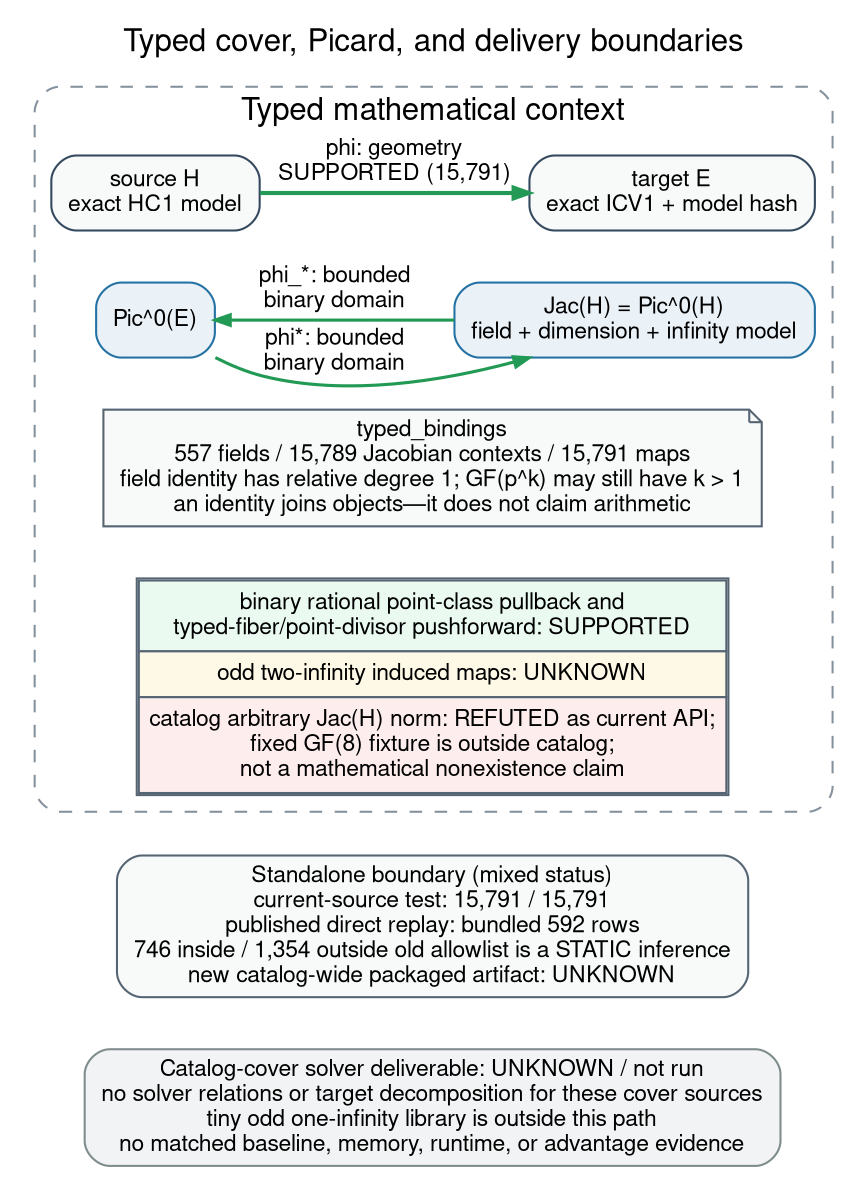
Above: research/cover_transfer_assessment_20261013/typed_transfer_context.png in isogeny-labs/crypto (Graphviz), before the change. Its source is kept beside it as research/cover_transfer_assessment_20261013/typed_transfer_context.dot.
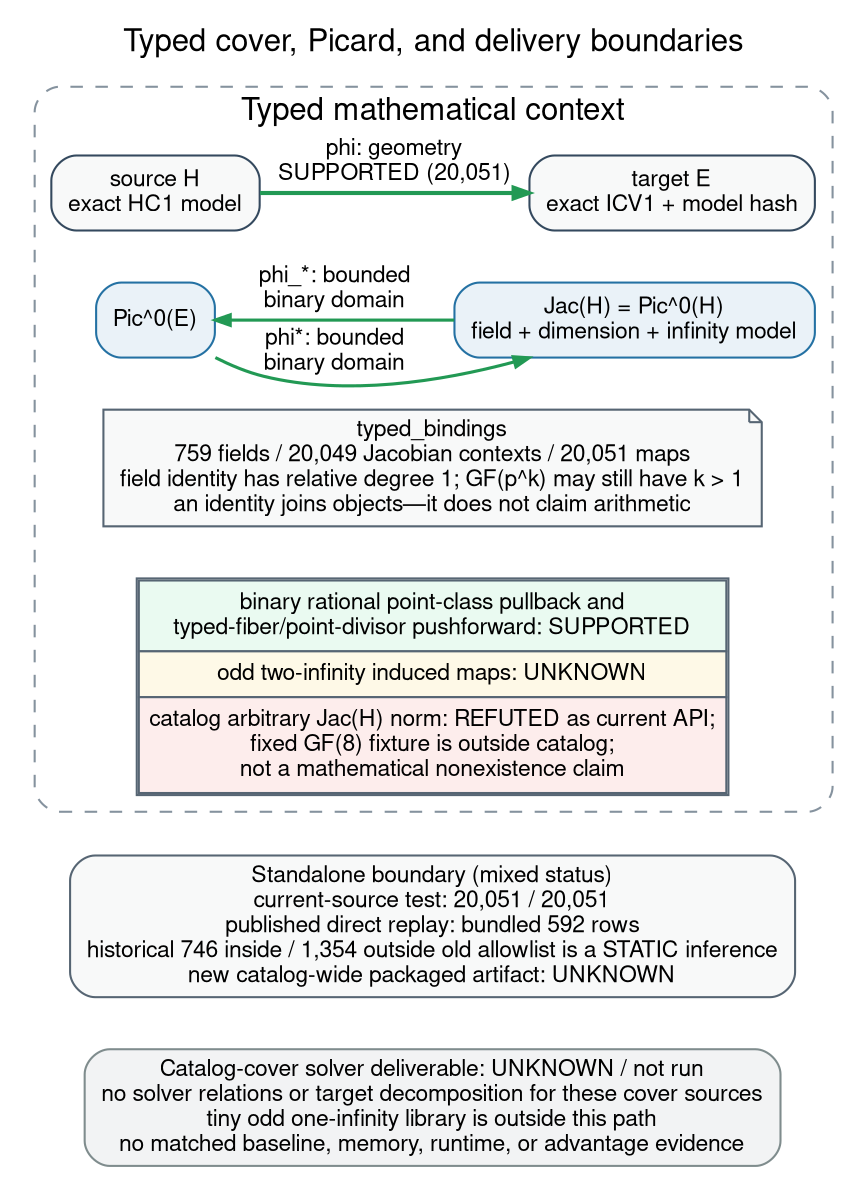
Above is the later version.

The edit, as a diff of the source:
```diff
@@ -25,7 +25,7 @@
     jac_h [label="Jac(H) = Pic^0(H)\nfield + dimension + infinity model", fillcolor="#eaf2f8", color="#2471a3"];
 
     binding_note [
-      label="typed_bindings\n557 fields / 15,789 Jacobian contexts / 15,791 maps\nfield identity has relative degree 1; GF(p^k) may still have k > 1\nan identity joins objects—it does not claim arithmetic",
+      label="typed_bindings\n759 fields / 20,049 Jacobian contexts / 20,051 maps\nfield identity has relative degree 1; GF(p^k) may still have k > 1\nan identity joins objects—it does not claim arithmetic",
       shape=note,
       fillcolor="#f8f9f9",
       color="#566573"
@@ -43,7 +43,7 @@
 
     { rank=same; source_h; target_e; }
     { rank=same; pic_e; jac_h; }
-    source_h -> target_e [label="phi: geometry\nSUPPORTED (15,791)", color="#229954", penwidth=2];
+    source_h -> target_e [label="phi: geometry\nSUPPORTED (20,051)", color="#229954", penwidth=2];
     pic_e -> jac_h [label="phi*: bounded\nbinary domain", color="#229954", penwidth=1.5];
     jac_h -> pic_e [label="phi_*: bounded\nbinary domain", color="#229954", penwidth=1.5, constraint=false];
     source_h -> pic_e [style="invis", weight=50];
@@ -54,7 +54,7 @@
   }
 
   package [
-    label="Standalone boundary (mixed status)\ncurrent-source test: 15,791 / 15,791\npublished direct replay: bundled 592 rows\n746 inside / 1,354 outside old allowlist is a STATIC inference\nnew catalog-wide packaged artifact: UNKNOWN",
+    label="Standalone boundary (mixed status)\ncurrent-source test: 20,051 / 20,051\npublished direct replay: bundled 592 rows\nhistorical 746 inside / 1,354 outside old allowlist is a STATIC inference\nnew catalog-wide packaged artifact: UNKNOWN",
     fillcolor="#f8f9f9",
     color="#566573"
   ];
```
